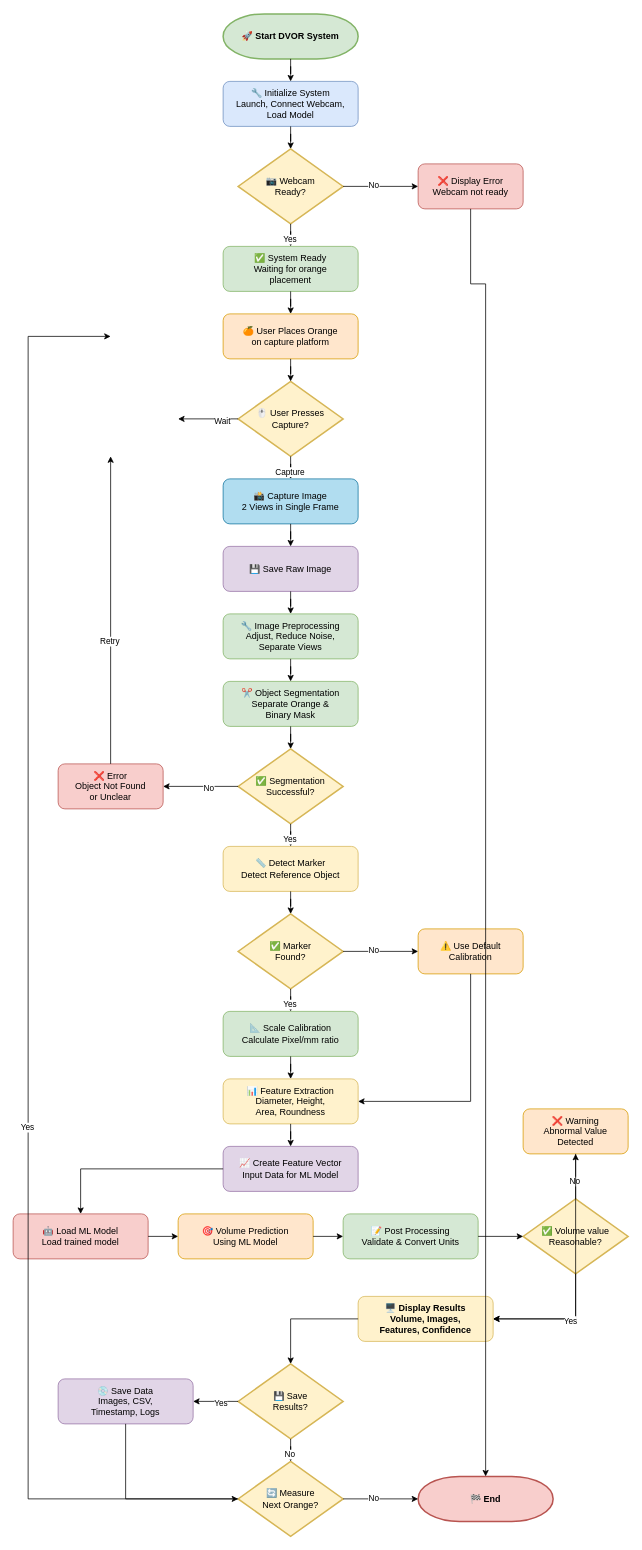
MyFirstKiss/test-project keeps this draw.io diagram as DVOR_Flowchart.drawio. Above is the earlier version. Source tidied: cells renumbered, new cells numbered last; positions are measured from the earlier drawing's top-left corner, leaving out a move shared by most shapes. Both pictures are drawn from the tidied source at 75%, with x=0, y=0 at pixel (13, 14).
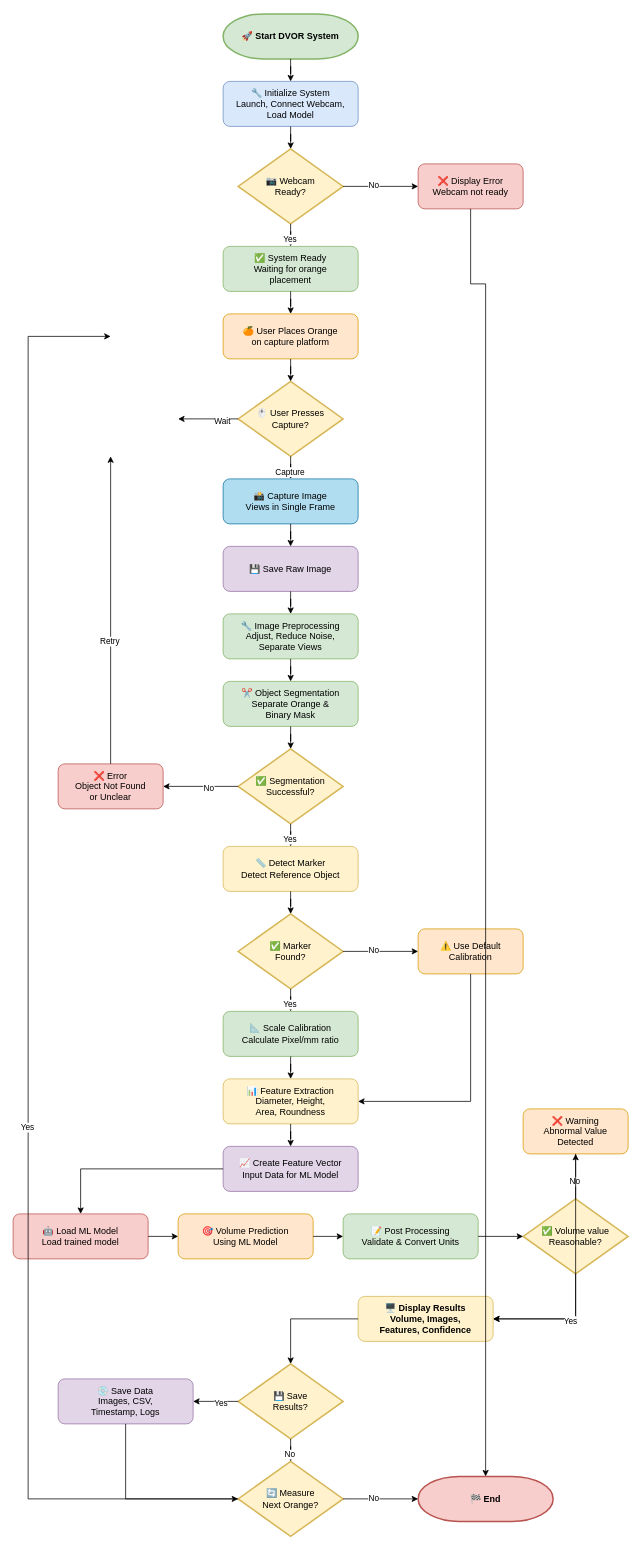
The same page after the edit.

Commit message:
Remove emojis from draw.io diagram files

What changed in the source:
```diff
@@
-    <mxCell id="9" value="📸 Capture Image&#10;2 Views in Single Frame" style="rounded=1;whiteSpace=wrap;html=1;fillColor=#b1ddf0;strokeColor=#10739e;" parent="1" vertex="1">
+    <mxCell id="9" value="📸 Capture Image&#10;Views in Single Frame" style="rounded=1;whiteSpace=wrap;html=1;fillColor=#b1ddf0;strokeColor=#10739e;" parent="1" vertex="1">
       <mxGeometry x="280" y="620" width="180" height="60" as="geometry" />
     </mxCell>
```
